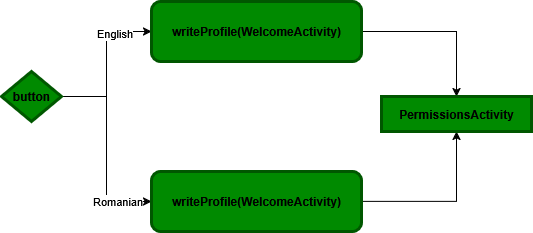
Above: ui_design/usecase_diagram/activities/welcome_activity.png in Edward326/PersonalProjects (draw.io), before the change. Source tidied: cells renumbered, new cells last; positions are measured from the earlier drawing's top-left corner, leaving out a move shared by most shapes. The source it was exported from:
```xml
<mxGraphModel>
  <root>
    <mxCell id="0" />
    <mxCell id="1" parent="0" />
    <mxCell id="2" style="edgeStyle=orthogonalEdgeStyle;rounded=0;jettySize=auto;html=1;entryX=0;entryY=0.5;entryDx=0;entryDy=0;" parent="1" edge="1" source="6" target="10">
      <mxGeometry relative="1" as="geometry" />
    </mxCell>
    <mxCell id="3" value="English" style="edgeLabel;html=1;align=center;verticalAlign=middle;" parent="2" vertex="1">
      <mxGeometry x="0.52" y="-1" relative="1" as="geometry" />
    </mxCell>
    <mxCell id="4" style="edgeStyle=orthogonalEdgeStyle;rounded=0;jettySize=auto;html=1;entryX=0;entryY=0.5;entryDx=0;entryDy=0;" parent="1" edge="1" source="6" target="8">
      <mxGeometry relative="1" as="geometry" />
    </mxCell>
    <mxCell id="5" value="Romanian" style="edgeLabel;html=1;align=center;verticalAlign=middle;" parent="4" vertex="1">
      <mxGeometry x="0.64" y="1" relative="1" as="geometry" />
    </mxCell>
    <mxCell id="6" value="button" style="rhombus;whiteSpace=wrap;html=1;fillColor=#008a00;fontColor=light-dark(#000000,#FFFFFF);strokeColor=light-dark(#005700,#000000);strokeWidth=3;fontStyle=1;" parent="1" vertex="1">
      <mxGeometry y="70" width="60" height="50" as="geometry" />
    </mxCell>
    <mxCell id="7" style="edgeStyle=orthogonalEdgeStyle;rounded=0;jettySize=auto;html=1;" parent="1" edge="1" source="8" target="11">
      <mxGeometry relative="1" as="geometry" />
    </mxCell>
    <mxCell id="8" value="writeProfile(WelcomeActivity)" style="rounded=1;whiteSpace=wrap;html=1;fillColor=#008a00;fontColor=light-dark(#000000,#FFFFFF);strokeColor=light-dark(#005700,#000000);strokeWidth=3;fontStyle=1;" parent="1" vertex="1">
      <mxGeometry x="150" y="170" width="210" height="60" as="geometry" />
    </mxCell>
    <mxCell id="9" style="edgeStyle=orthogonalEdgeStyle;rounded=0;jettySize=auto;html=1;" parent="1" edge="1" source="10" target="11">
      <mxGeometry relative="1" as="geometry" />
    </mxCell>
    <mxCell id="10" value="writeProfile(WelcomeActivity)" style="rounded=1;whiteSpace=wrap;html=1;fillColor=#008a00;fontColor=light-dark(#000000,#FFFFFF);strokeColor=light-dark(#005700,#000000);strokeWidth=3;fontStyle=1;" parent="1" vertex="1">
      <mxGeometry x="150" width="210" height="60" as="geometry" />
    </mxCell>
    <mxCell id="11" value="&lt;b&gt;&lt;span style=&quot;color: light-dark(rgb(0, 0, 0), rgb(255, 255, 255));&quot;&gt;PermissionsActivity&lt;/span&gt;&lt;/b&gt;" style="rounded=0;whiteSpace=wrap;html=1;fillColor=#008a00;fontColor=#ffffff;strokeColor=light-dark(#005700,#000000);strokeWidth=3;" parent="1" vertex="1">
      <mxGeometry x="380" y="95" width="150" height="35" as="geometry" />
    </mxCell>
  </root>
</mxGraphModel>
```
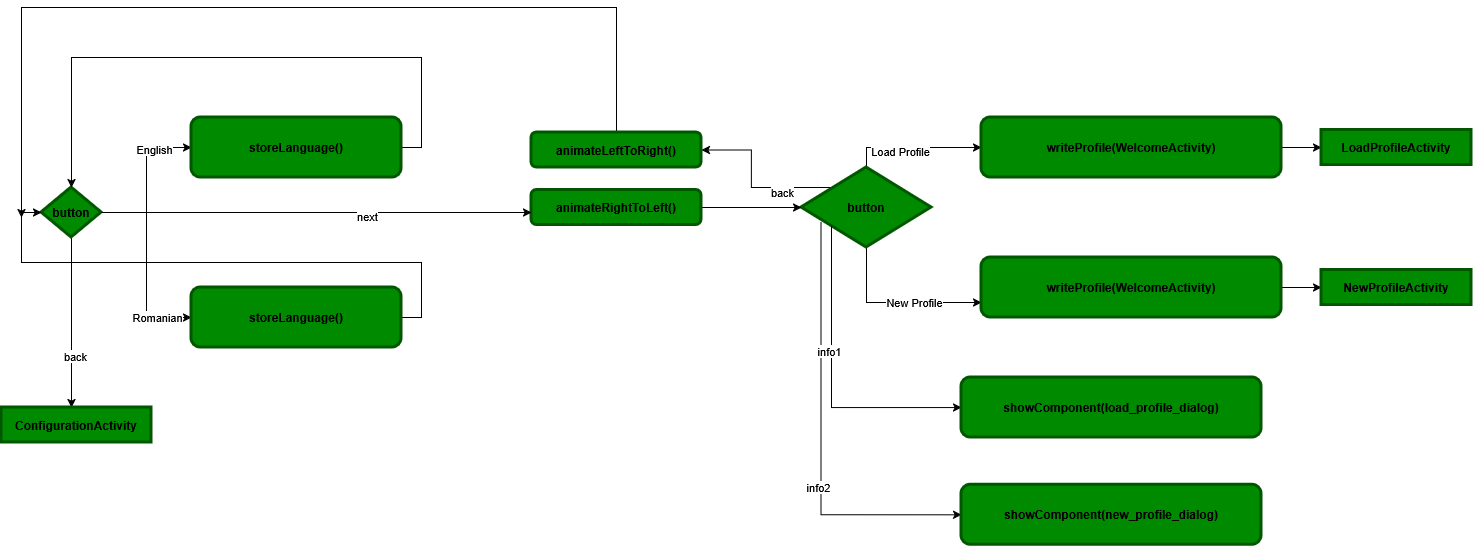
Later version of the same file.

Change to the diagram source:
```diff
@@ -2,35 +2,145 @@
   <root>
     <mxCell id="0" />
     <mxCell id="1" parent="0" />
-    <mxCell id="2" style="edgeStyle=orthogonalEdgeStyle;rounded=0;jettySize=auto;html=1;entryX=0;entryY=0.5;entryDx=0;entryDy=0;" parent="1" edge="1" source="6" target="10">
-      <mxGeometry relative="1" as="geometry" />
-    </mxCell>
+    <mxCell id="12" style="edgeStyle=orthogonalEdgeStyle;rounded=0;jettySize=auto;html=1;entryX=0;entryY=0.75;entryDx=0;entryDy=0;exitX=0.5;exitY=1;exitDx=0;exitDy=0;" parent="1" edge="1" source="20" target="22">
+      <mxGeometry relative="1" as="geometry" />
+    </mxCell>
+    <mxCell id="13" value="New Profile" style="edgeLabel;html=1;align=center;verticalAlign=middle;" parent="12" vertex="1">
+      <mxGeometry x="0.2" y="1" relative="1" as="geometry" />
+    </mxCell>
+    <mxCell id="14" style="edgeStyle=orthogonalEdgeStyle;rounded=0;jettySize=auto;html=1;entryX=0;entryY=0.5;entryDx=0;entryDy=0;exitX=0.5;exitY=0;exitDx=0;exitDy=0;" parent="1" edge="1" source="20">
+      <mxGeometry relative="1" as="geometry">
+        <mxPoint x="190" y="20" as="targetPoint" />
+        <Array as="points">
+          <mxPoint x="75" y="20" />
+        </Array>
+      </mxGeometry>
+    </mxCell>
+    <mxCell id="15" value="Load Profile" style="edgeLabel;html=1;align=center;verticalAlign=middle;" parent="14" vertex="1">
+      <mxGeometry x="-0.2" y="-3" relative="1" as="geometry" />
+    </mxCell>
+    <mxCell id="16" style="edgeStyle=orthogonalEdgeStyle;rounded=0;jettySize=auto;html=1;entryX=0;entryY=0.5;entryDx=0;entryDy=0;exitX=0.15;exitY=0.678;exitDx=0;exitDy=0;exitPerimeter=0;" parent="1" edge="1" source="20" target="38">
+      <mxGeometry relative="1" as="geometry">
+        <Array as="points">
+          <mxPoint x="30" y="387" />
+        </Array>
+      </mxGeometry>
+    </mxCell>
+    <mxCell id="17" value="info2" style="edgeLabel;html=1;align=center;verticalAlign=middle;" parent="16" vertex="1">
+      <mxGeometry x="0.22" y="-3" relative="1" as="geometry" />
+    </mxCell>
+    <mxCell id="18" style="edgeStyle=orthogonalEdgeStyle;rounded=0;jettySize=auto;html=1;exitX=0;exitY=0;exitDx=0;exitDy=0;" parent="1" edge="1" source="20" target="46">
+      <mxGeometry relative="1" as="geometry" />
+    </mxCell>
+    <mxCell id="19" value="back" style="edgeLabel;html=1;align=center;verticalAlign=middle;" parent="18" vertex="1">
+      <mxGeometry x="-0.39" y="4" relative="1" as="geometry" />
+    </mxCell>
+    <mxCell id="20" value="button" style="rhombus;whiteSpace=wrap;html=1;fillColor=#008a00;fontColor=light-dark(#000000,#FFFFFF);strokeColor=light-dark(#005700,#000000);strokeWidth=3;fontStyle=1;" parent="1" vertex="1">
+      <mxGeometry x="10" y="40" width="130" height="80" as="geometry" />
+    </mxCell>
+    <mxCell id="21" style="edgeStyle=orthogonalEdgeStyle;rounded=0;jettySize=auto;html=1;" parent="1" edge="1" source="22" target="23">
+      <mxGeometry relative="1" as="geometry" />
+    </mxCell>
+    <mxCell id="22" value="writeProfile(WelcomeActivity)" style="rounded=1;whiteSpace=wrap;html=1;fillColor=#008a00;fontColor=light-dark(#000000,#FFFFFF);strokeColor=light-dark(#005700,#000000);strokeWidth=3;fontStyle=1;" parent="1" vertex="1">
+      <mxGeometry x="190" y="130" width="300" height="60" as="geometry" />
+    </mxCell>
+    <mxCell id="23" value="&lt;b style=&quot;color: light-dark(rgb(0, 0, 0), rgb(255, 255, 255));&quot;&gt;NewProfileActivity&lt;/b&gt;" style="rounded=0;whiteSpace=wrap;html=1;fillColor=#008a00;fontColor=#ffffff;strokeColor=light-dark(#005700,#000000);strokeWidth=3;" parent="1" vertex="1">
+      <mxGeometry x="530" y="142.5" width="150" height="35" as="geometry" />
+    </mxCell>
+    <mxCell id="24" style="edgeStyle=orthogonalEdgeStyle;rounded=0;jettySize=auto;html=1;entryX=0;entryY=0.5;entryDx=0;entryDy=0;" parent="1" edge="1" source="28" target="32">
+      <mxGeometry relative="1" as="geometry" />
+    </mxCell>
-    <mxCell id="3" value="English" style="edgeLabel;html=1;align=center;verticalAlign=middle;" parent="2" vertex="1">
+    <mxCell id="3" value="English" style="edgeLabel;html=1;align=center;verticalAlign=middle;" parent="24" vertex="1">
       <mxGeometry x="0.52" y="-1" relative="1" as="geometry" />
     </mxCell>
-    <mxCell id="4" style="edgeStyle=orthogonalEdgeStyle;rounded=0;jettySize=auto;html=1;entryX=0;entryY=0.5;entryDx=0;entryDy=0;" parent="1" edge="1" source="6" target="8">
-      <mxGeometry relative="1" as="geometry" />
-    </mxCell>
+    <mxCell id="25" style="edgeStyle=orthogonalEdgeStyle;rounded=0;jettySize=auto;html=1;entryX=0;entryY=0.5;entryDx=0;entryDy=0;" parent="1" edge="1" source="28" target="30">
+      <mxGeometry relative="1" as="geometry" />
+    </mxCell>
-    <mxCell id="5" value="Romanian" style="edgeLabel;html=1;align=center;verticalAlign=middle;" parent="4" vertex="1">
+    <mxCell id="5" value="Romanian" style="edgeLabel;html=1;align=center;verticalAlign=middle;" parent="25" vertex="1">
       <mxGeometry x="0.64" y="1" relative="1" as="geometry" />
     </mxCell>
-    <mxCell id="6" value="button" style="rhombus;whiteSpace=wrap;html=1;fillColor=#008a00;fontColor=light-dark(#000000,#FFFFFF);strokeColor=light-dark(#005700,#000000);strokeWidth=3;fontStyle=1;" parent="1" vertex="1">
-      <mxGeometry y="70" width="60" height="50" as="geometry" />
-    </mxCell>
-    <mxCell id="7" style="edgeStyle=orthogonalEdgeStyle;rounded=0;jettySize=auto;html=1;" parent="1" edge="1" source="8" target="11">
-      <mxGeometry relative="1" as="geometry" />
-    </mxCell>
-    <mxCell id="8" value="writeProfile(WelcomeActivity)" style="rounded=1;whiteSpace=wrap;html=1;fillColor=#008a00;fontColor=light-dark(#000000,#FFFFFF);strokeColor=light-dark(#005700,#000000);strokeWidth=3;fontStyle=1;" parent="1" vertex="1">
-      <mxGeometry x="150" y="170" width="210" height="60" as="geometry" />
-    </mxCell>
-    <mxCell id="9" style="edgeStyle=orthogonalEdgeStyle;rounded=0;jettySize=auto;html=1;" parent="1" edge="1" source="10" target="11">
-      <mxGeometry relative="1" as="geometry" />
-    </mxCell>
-    <mxCell id="10" value="writeProfile(WelcomeActivity)" style="rounded=1;whiteSpace=wrap;html=1;fillColor=#008a00;fontColor=light-dark(#000000,#FFFFFF);strokeColor=light-dark(#005700,#000000);strokeWidth=3;fontStyle=1;" parent="1" vertex="1">
-      <mxGeometry x="150" width="210" height="60" as="geometry" />
-    </mxCell>
-    <mxCell id="11" value="&lt;b&gt;&lt;span style=&quot;color: light-dark(rgb(0, 0, 0), rgb(255, 255, 255));&quot;&gt;PermissionsActivity&lt;/span&gt;&lt;/b&gt;" style="rounded=0;whiteSpace=wrap;html=1;fillColor=#008a00;fontColor=#ffffff;strokeColor=light-dark(#005700,#000000);strokeWidth=3;" parent="1" vertex="1">
-      <mxGeometry x="380" y="95" width="150" height="35" as="geometry" />
-    </mxCell>
+    <mxCell id="26" style="edgeStyle=orthogonalEdgeStyle;rounded=0;jettySize=auto;html=1;" parent="1" edge="1" source="28">
+      <mxGeometry relative="1" as="geometry">
+        <mxPoint x="-720" y="280" as="targetPoint" />
+      </mxGeometry>
+    </mxCell>
+    <mxCell id="27" value="back" style="edgeLabel;html=1;align=center;verticalAlign=middle;" parent="26" vertex="1">
+      <mxGeometry x="0.4" y="3" relative="1" as="geometry" />
+    </mxCell>
+    <mxCell id="28" value="button" style="rhombus;whiteSpace=wrap;html=1;fillColor=#008a00;fontColor=light-dark(#000000,#FFFFFF);strokeColor=light-dark(#005700,#000000);strokeWidth=3;fontStyle=1;" parent="1" vertex="1">
+      <mxGeometry x="-750" y="60" width="60" height="50" as="geometry" />
+    </mxCell>
+    <mxCell id="29" style="edgeStyle=orthogonalEdgeStyle;rounded=0;jettySize=auto;html=1;entryX=0;entryY=0.5;entryDx=0;entryDy=0;exitX=1;exitY=0.5;exitDx=0;exitDy=0;" parent="1" edge="1" source="30" target="28">
+      <mxGeometry relative="1" as="geometry" />
+    </mxCell>
+    <mxCell id="30" value="storeLanguage()" style="rounded=1;whiteSpace=wrap;html=1;fillColor=#008a00;fontColor=light-dark(#000000,#FFFFFF);strokeColor=light-dark(#005700,#000000);strokeWidth=3;fontStyle=1;" parent="1" vertex="1">
+      <mxGeometry x="-600" y="160" width="210" height="60" as="geometry" />
+    </mxCell>
+    <mxCell id="31" style="edgeStyle=orthogonalEdgeStyle;rounded=0;jettySize=auto;html=1;entryX=0.5;entryY=0;entryDx=0;entryDy=0;exitX=1;exitY=0.5;exitDx=0;exitDy=0;" parent="1" edge="1" source="32" target="28">
+      <mxGeometry relative="1" as="geometry">
+        <Array as="points">
+          <mxPoint x="-370" y="20" />
+          <mxPoint x="-370" y="-70" />
+          <mxPoint x="-720" y="-70" />
+        </Array>
+      </mxGeometry>
+    </mxCell>
+    <mxCell id="32" value="storeLanguage()" style="rounded=1;whiteSpace=wrap;html=1;fillColor=#008a00;fontColor=light-dark(#000000,#FFFFFF);strokeColor=light-dark(#005700,#000000);strokeWidth=3;fontStyle=1;" parent="1" vertex="1">
+      <mxGeometry x="-600" y="-10" width="210" height="60" as="geometry" />
+    </mxCell>
+    <mxCell id="33" style="edgeStyle=orthogonalEdgeStyle;rounded=0;jettySize=auto;html=1;entryX=0;entryY=0.5;entryDx=0;entryDy=0;" parent="1" edge="1" source="34" target="20">
+      <mxGeometry relative="1" as="geometry" />
+    </mxCell>
+    <mxCell id="34" value="animateRightToLeft()" style="rounded=1;whiteSpace=wrap;html=1;fillColor=#008a00;fontColor=light-dark(#000000,#FFFFFF);strokeColor=light-dark(#005700,#000000);strokeWidth=3;fontStyle=1;" parent="1" vertex="1">
+      <mxGeometry x="-260" y="62.5" width="170" height="35" as="geometry" />
+    </mxCell>
+    <mxCell id="35" style="edgeStyle=orthogonalEdgeStyle;rounded=0;jettySize=auto;html=1;entryX=0;entryY=0.5;entryDx=0;entryDy=0;" parent="1" edge="1" source="20" target="37">
+      <mxGeometry relative="1" as="geometry">
+        <Array as="points">
+          <mxPoint x="40" y="280" />
+        </Array>
+      </mxGeometry>
+    </mxCell>
+    <mxCell id="36" value="info1" style="edgeLabel;html=1;align=center;verticalAlign=middle;" parent="35" vertex="1">
+      <mxGeometry x="-0.2" y="-3" relative="1" as="geometry" />
+    </mxCell>
+    <mxCell id="37" value="showComponent(load_profile_dialog)" style="rounded=1;whiteSpace=wrap;html=1;fillColor=#008a00;fontColor=light-dark(#000000,#FFFFFF);strokeColor=light-dark(#005700,#000000);strokeWidth=3;fontStyle=1;" parent="1" vertex="1">
+      <mxGeometry x="170" y="250" width="300" height="60" as="geometry" />
+    </mxCell>
+    <mxCell id="38" value="showComponent(new_profile_dialog)" style="rounded=1;whiteSpace=wrap;html=1;fillColor=#008a00;fontColor=light-dark(#000000,#FFFFFF);strokeColor=light-dark(#005700,#000000);strokeWidth=3;fontStyle=1;" parent="1" vertex="1">
+      <mxGeometry x="170" y="357.3" width="300" height="60" as="geometry" />
+    </mxCell>
+    <mxCell id="39" value="&lt;b style=&quot;color: light-dark(rgb(0, 0, 0), rgb(255, 255, 255));&quot;&gt;ConfigurationActivity&lt;/b&gt;" style="rounded=0;whiteSpace=wrap;html=1;fillColor=#008a00;fontColor=#ffffff;strokeColor=light-dark(#005700,#000000);strokeWidth=3;" parent="1" vertex="1">
+      <mxGeometry x="-790" y="280" width="150" height="35" as="geometry" />
+    </mxCell>
+    <mxCell id="40" style="edgeStyle=orthogonalEdgeStyle;rounded=0;jettySize=auto;html=1;" parent="1" edge="1" source="28">
+      <mxGeometry relative="1" as="geometry">
+        <mxPoint x="-260" y="85" as="targetPoint" />
+      </mxGeometry>
+    </mxCell>
+    <mxCell id="41" value="next" style="edgeLabel;html=1;align=center;verticalAlign=middle;" parent="40" vertex="1">
+      <mxGeometry x="0.23" y="-3" relative="1" as="geometry" />
+    </mxCell>
+    <mxCell id="42" style="edgeStyle=orthogonalEdgeStyle;rounded=0;jettySize=auto;html=1;" parent="1" edge="1" source="43" target="44">
+      <mxGeometry relative="1" as="geometry" />
+    </mxCell>
+    <mxCell id="43" value="writeProfile(WelcomeActivity)" style="rounded=1;whiteSpace=wrap;html=1;fillColor=#008a00;fontColor=light-dark(#000000,#FFFFFF);strokeColor=light-dark(#005700,#000000);strokeWidth=3;fontStyle=1;" parent="1" vertex="1">
+      <mxGeometry x="190" y="-10" width="300" height="60" as="geometry" />
+    </mxCell>
+    <mxCell id="44" value="&lt;b style=&quot;color: light-dark(rgb(0, 0, 0), rgb(255, 255, 255));&quot;&gt;LoadProfileActivity&lt;/b&gt;" style="rounded=0;whiteSpace=wrap;html=1;fillColor=#008a00;fontColor=#ffffff;strokeColor=light-dark(#005700,#000000);strokeWidth=3;" parent="1" vertex="1">
+      <mxGeometry x="530" y="2.5" width="150" height="35" as="geometry" />
+    </mxCell>
+    <mxCell id="45" style="edgeStyle=orthogonalEdgeStyle;rounded=0;jettySize=auto;html=1;exitX=0.5;exitY=0;exitDx=0;exitDy=0;" parent="1" edge="1" source="46">
+      <mxGeometry relative="1" as="geometry">
+        <mxPoint x="-770" y="90" as="targetPoint" />
+        <Array as="points">
+          <mxPoint x="-175" y="-120" />
+          <mxPoint x="-770" y="-120" />
+        </Array>
+      </mxGeometry>
+    </mxCell>
+    <mxCell id="46" value="animateLeftToRight()" style="rounded=1;whiteSpace=wrap;html=1;fillColor=#008a00;fontColor=light-dark(#000000,#FFFFFF);strokeColor=light-dark(#005700,#000000);strokeWidth=3;fontStyle=1;" parent="1" vertex="1">
+      <mxGeometry x="-260" y="5" width="170" height="35" as="geometry" />
+    </mxCell>
   </root>
 </mxGraphModel>
```
